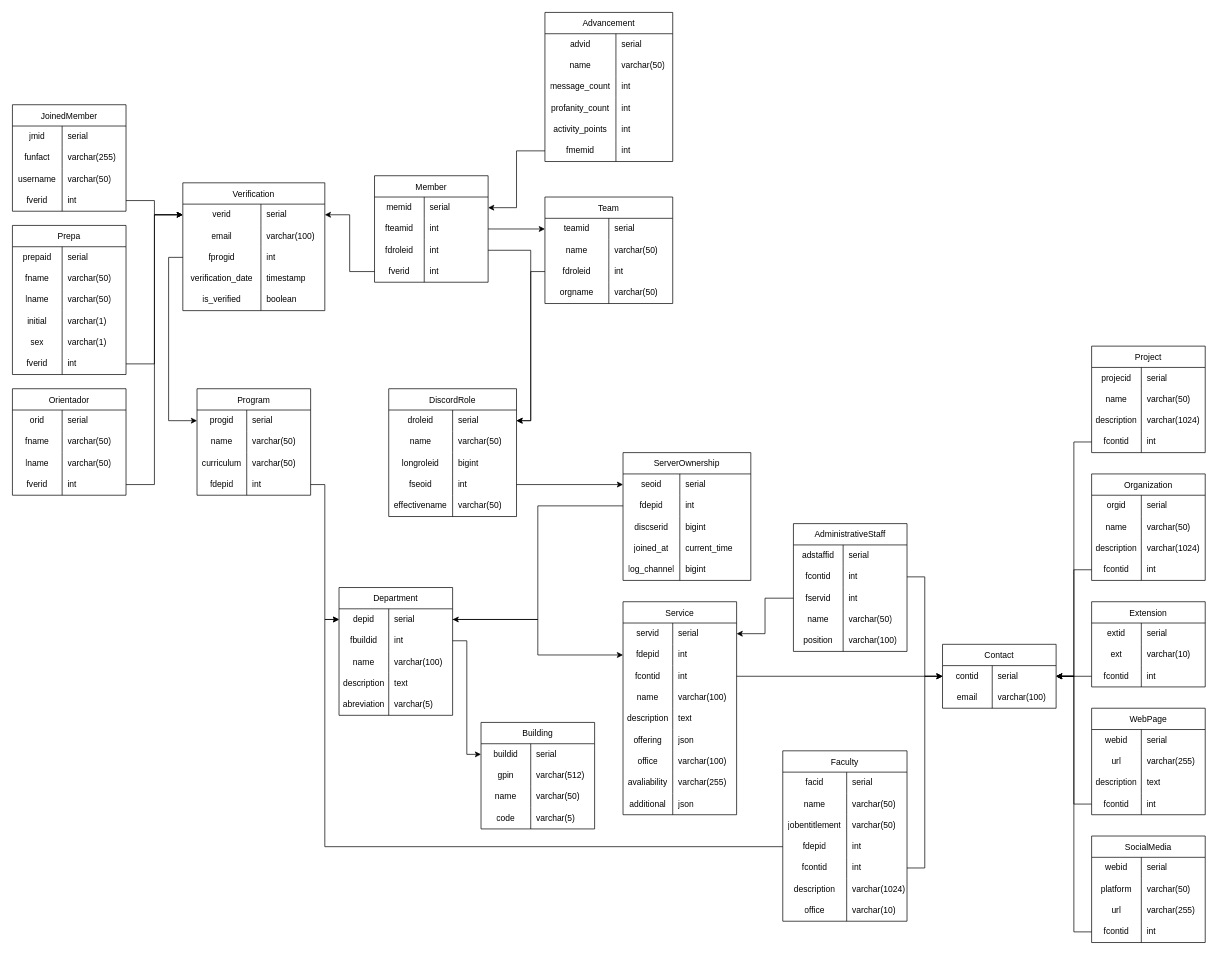
Earlier version of the draw.io diagram assets/schema/DatabaseSchema.drawio (AlfredoSoto1/BotOrientador). Source tidied: cells renumbered, new cells numbered last; positions are measured from the earlier drawing's top-left corner, leaving out a move shared by most shapes. Both pictures are drawn from the tidied source at 71%, with x=0, y=0 at pixel (12, 12).
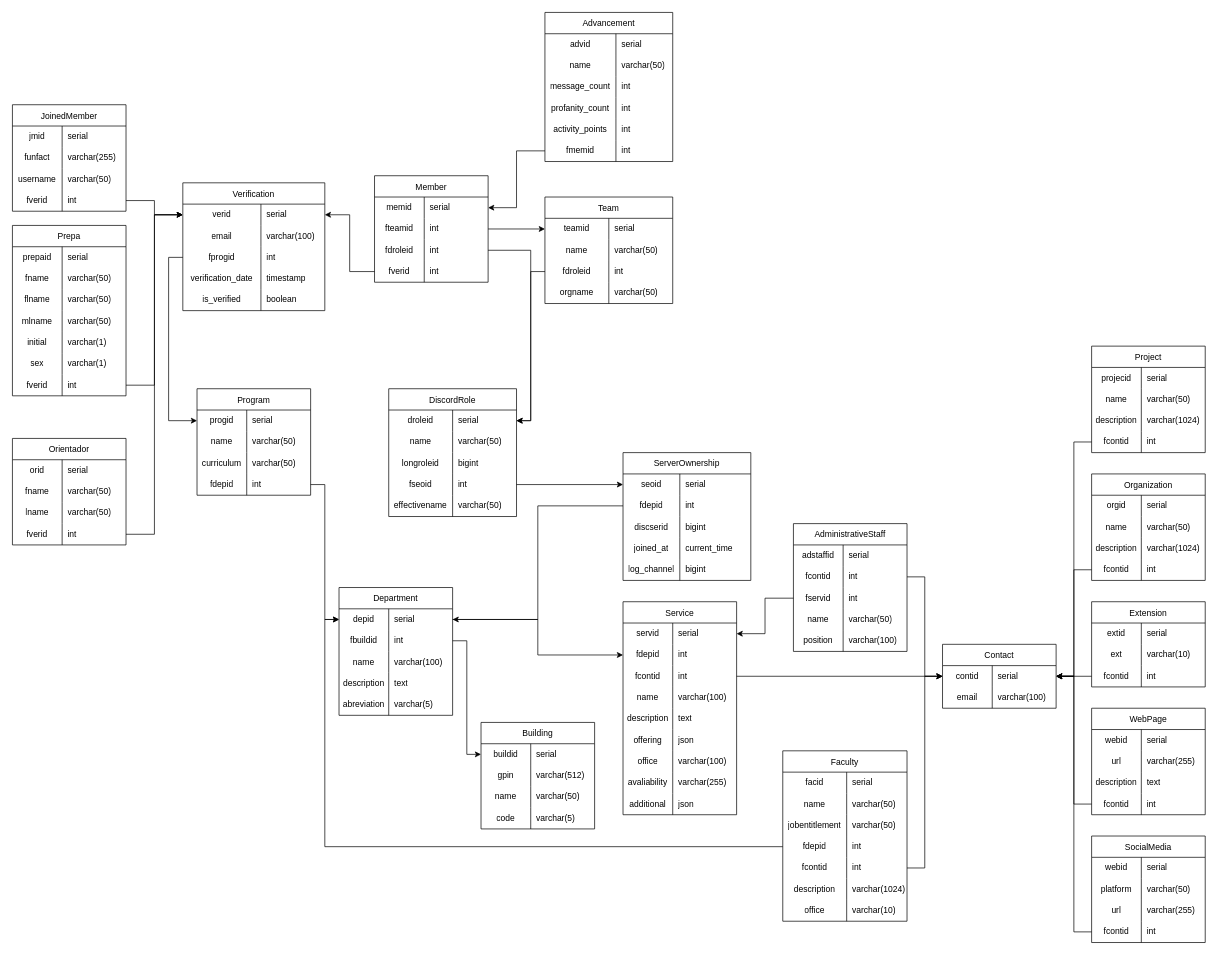
The same page after the edit.

Unchanged cells that the change refers to:
```xml
<mxCell id="260" style="shape=tableRow;horizontal=0;startSize=0;swimlaneHead=0;swimlaneBody=0;top=0;left=0;bottom=0;right=0;fillColor=none;strokeColor=inherit;fontSize=12;" parent="253" vertex="1">
  <mxGeometry y="90" width="160" height="30" as="geometry" />
</mxCell>
```

The edit, as a diff of the source:
```diff
@@
     <mxCell id="253" value="Prepa" style="shape=table;startSize=30;childLayout=tableLayout;rowLines=0;fontStyle=0;strokeColor=default;fontSize=12;" parent="1" vertex="1">
-      <mxGeometry y="300" width="160" height="210" as="geometry" />
+      <mxGeometry y="300" width="160" height="240" as="geometry" />
     </mxCell>
@@
-    <mxCell id="261" value="lname" style="shape=partialRectangle;html=1;whiteSpace=wrap;fillColor=none;top=0;left=0;bottom=0;right=0;overflow=hidden;strokeColor=inherit;fontSize=12;" parent="260" vertex="1">
+    <mxCell id="261" value="f&lt;span style=&quot;background-color: initial;&quot;&gt;lname&lt;/span&gt;" style="shape=partialRectangle;html=1;whiteSpace=wrap;fillColor=none;top=0;left=0;bottom=0;right=0;overflow=hidden;strokeColor=inherit;fontSize=12;" parent="260" vertex="1">
       <mxGeometry width="70" height="30" as="geometry" />
     </mxCell>
@@
+    <mxCell id="342" style="shape=tableRow;horizontal=0;startSize=0;swimlaneHead=0;swimlaneBody=0;top=0;left=0;bottom=0;right=0;fillColor=none;strokeColor=inherit;fontSize=12;" parent="253" vertex="1">
+      <mxGeometry y="120" width="160" height="30" as="geometry" />
+    </mxCell>
+    <mxCell id="343" value="mlname" style="shape=partialRectangle;html=1;whiteSpace=wrap;fillColor=none;top=0;left=0;bottom=0;right=0;overflow=hidden;strokeColor=inherit;fontSize=12;" parent="342" vertex="1">
+      <mxGeometry width="70" height="30" as="geometry" />
+    </mxCell>
+    <mxCell id="344" value="varchar(50)" style="shape=partialRectangle;html=1;whiteSpace=wrap;fillColor=none;top=0;left=0;bottom=0;right=0;align=left;spacingLeft=6;overflow=hidden;strokeColor=inherit;fontSize=12;" parent="342" vertex="1">
+      <mxGeometry x="70" width="90" height="30" as="geometry" />
+    </mxCell>
     <mxCell id="263" style="shape=tableRow;horizontal=0;startSize=0;swimlaneHead=0;swimlaneBody=0;top=0;left=0;bottom=0;right=0;fillColor=none;strokeColor=inherit;fontSize=12;" parent="253" vertex="1">
-      <mxGeometry y="120" width="160" height="30" as="geometry" />
+      <mxGeometry y="150" width="160" height="30" as="geometry" />
     </mxCell>
@@
     <mxCell id="266" style="shape=tableRow;horizontal=0;startSize=0;swimlaneHead=0;swimlaneBody=0;top=0;left=0;bottom=0;right=0;fillColor=none;strokeColor=inherit;fontSize=12;" parent="253" vertex="1">
-      <mxGeometry y="150" width="160" height="30" as="geometry" />
+      <mxGeometry y="180" width="160" height="30" as="geometry" />
     </mxCell>
@@
     <mxCell id="269" style="shape=tableRow;horizontal=0;startSize=0;swimlaneHead=0;swimlaneBody=0;top=0;left=0;bottom=0;right=0;fillColor=none;points=[[0,0.5],[1,0.5]];portConstraint=eastwest;strokeColor=inherit;fontSize=12;" parent="253" vertex="1">
-      <mxGeometry y="180" width="160" height="30" as="geometry" />
+      <mxGeometry y="210" width="160" height="30" as="geometry" />
     </mxCell>
@@
     <mxCell id="272" value="Orientador" style="shape=table;startSize=30;childLayout=tableLayout;rowLines=0;fontStyle=0;strokeColor=default;fontSize=12;" parent="1" vertex="1">
-      <mxGeometry y="530" width="160" height="150" as="geometry" />
+      <mxGeometry y="600" width="160" height="150" as="geometry" />
     </mxCell>
```
